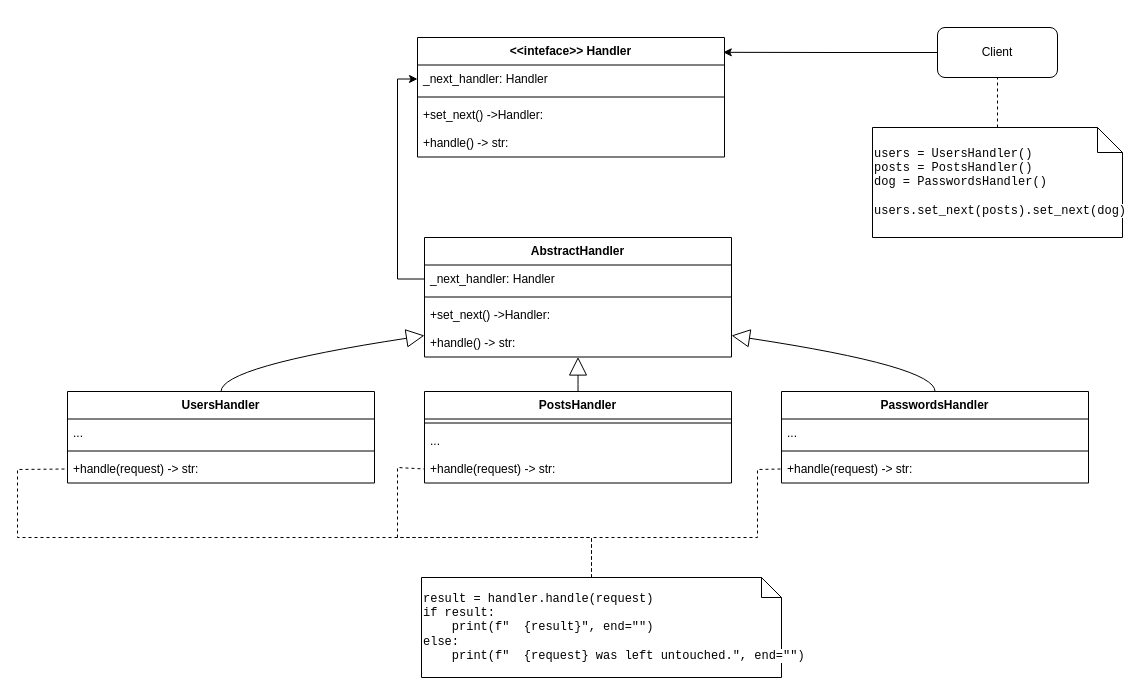
Before: chain_of_responsibility_patern_diagram.drawio in Stungelx/simple_patern, a draw.io diagram. Source tidied: cells renumbered, new cells numbered last; positions are measured from the earlier drawing's top-left corner, leaving out a move shared by most shapes. Both pictures are drawn from the tidied source at 100%, with x=0, y=0 at pixel (17, 27).
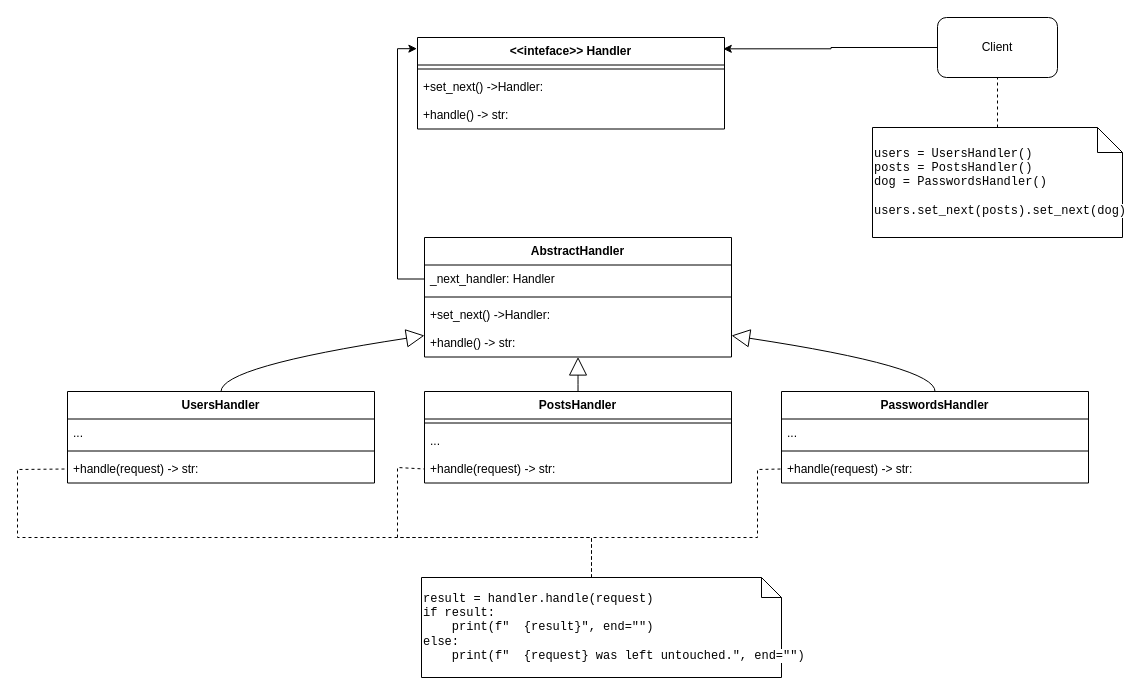
The same diagram, later.

The change refers to these unchanged cells:
```xml
<mxCell id="3" value="_next_handler: Handler" style="text;strokeColor=none;fillColor=none;align=left;verticalAlign=top;spacingLeft=4;spacingRight=4;overflow=hidden;points=[[0,0.5],[1,0.5]];portConstraint=eastwest;" parent="2" vertex="1">
  <mxGeometry y="27.5" width="307" height="28" as="geometry" />
</mxCell>
```

Diff of the diagram source:
```diff
@@
     <mxCell id="22" value="&lt;&lt;inteface&gt;&gt; Handler" style="swimlane;fontStyle=1;align=center;verticalAlign=top;horizontal=1;startSize=27.50649152483259;" parent="1" vertex="1">
-      <mxGeometry x="400" y="10" width="307" height="119.5" as="geometry" />
+      <mxGeometry x="400" y="10" width="307" height="91.5" as="geometry" />
     </mxCell>
-    <mxCell id="23" value="_next_handler: Handler" style="text;strokeColor=none;fillColor=none;align=left;verticalAlign=top;spacingLeft=4;spacingRight=4;overflow=hidden;points=[[0,0.5],[1,0.5]];portConstraint=eastwest;" parent="22" vertex="1">
-      <mxGeometry y="27.5" width="307" height="28" as="geometry" />
-    </mxCell>
     <mxCell id="24" style="line;strokeWidth=1;fillColor=none;align=left;verticalAlign=middle;spacingTop=-1;spacingLeft=3;spacingRight=3;labelPosition=right;strokeColor=inherit;" parent="22" vertex="1">
-      <mxGeometry y="55.5" width="307" height="8" as="geometry" />
+      <mxGeometry y="27.5" width="307" height="8" as="geometry" />
     </mxCell>
     <mxCell id="25" value="+set_next() -&gt;Handler:" style="text;strokeColor=none;fillColor=none;align=left;verticalAlign=top;spacingLeft=4;spacingRight=4;overflow=hidden;" parent="22" vertex="1">
-      <mxGeometry y="63.5" width="307" height="28" as="geometry" />
+      <mxGeometry y="35.5" width="307" height="28" as="geometry" />
     </mxCell>
     <mxCell id="26" value="+handle() -&gt; str:" style="text;strokeColor=none;fillColor=none;align=left;verticalAlign=top;spacingLeft=4;spacingRight=4;overflow=hidden;" parent="22" vertex="1">
-      <mxGeometry y="91.5" width="307" height="28" as="geometry" />
+      <mxGeometry y="63.5" width="307" height="28" as="geometry" />
     </mxCell>
-    <mxCell id="27" style="edgeStyle=orthogonalEdgeStyle;rounded=0;jettySize=auto;html=1;entryX=0;entryY=0.5;entryDx=0;entryDy=0;" parent="1" edge="1" source="3" target="23">
-      <mxGeometry relative="1" as="geometry" />
-    </mxCell>
     <mxCell id="28" value="Client" style="rounded=1;whiteSpace=wrap;html=1;" parent="1" vertex="1">
-      <mxGeometry x="920" width="120" height="50" as="geometry" />
+      <mxGeometry x="920" y="-10" width="120" height="60" as="geometry" />
     </mxCell>
@@
+    <mxCell id="37" style="edgeStyle=orthogonalEdgeStyle;rounded=0;jettySize=auto;html=1;entryX=-0.002;entryY=0.122;entryDx=0;entryDy=0;entryPerimeter=0;" parent="1" edge="1" source="3" target="22">
+      <mxGeometry relative="1" as="geometry" />
+    </mxCell>
```
